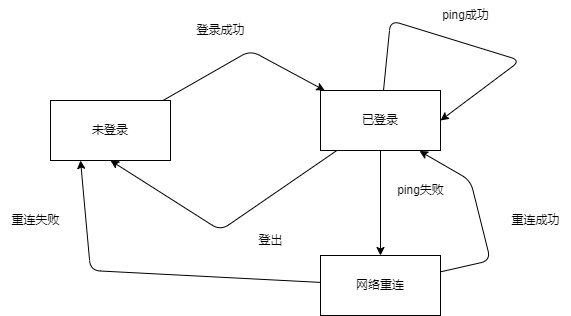
The draw.io diagram rfcs/images/client.png in zuiyu1998/next-im-backend, before a commit. Source tidied: cells renumbered, new cells last; positions are measured from the earlier drawing's top-left corner, leaving out a move shared by most shapes.
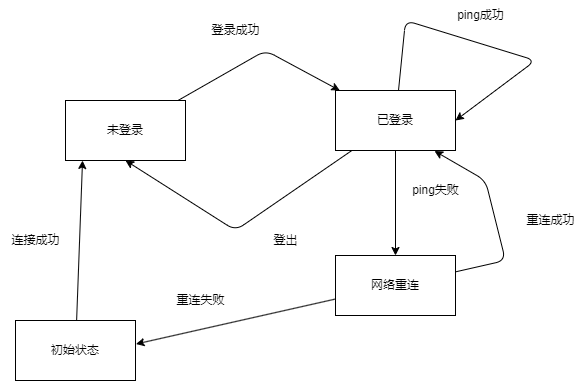
Above is the later version.

Commit message:
rfcs: 客户端状态图更改

Change to the diagram source:
```diff
@@ -50,13 +50,9 @@
         </Array>
       </mxGeometry>
     </mxCell>
-    <mxCell id="12" style="edgeStyle=none;html=1;entryX=0.25;entryY=1;entryDx=0;entryDy=0;" parent="1" edge="1" source="13" target="3">
-      <mxGeometry relative="1" as="geometry">
-        <Array as="points">
-          <mxPoint x="90" y="270" />
-        </Array>
-      </mxGeometry>
-    </mxCell>
+    <mxCell id="17" style="edgeStyle=none;html=1;entryX=1.004;entryY=0.392;entryDx=0;entryDy=0;entryPerimeter=0;" parent="1" edge="1" source="13" target="19">
+      <mxGeometry relative="1" as="geometry" />
+    </mxCell>
     <mxCell id="13" value="网络重连" style="rounded=0;whiteSpace=wrap;html=1;" parent="1" vertex="1">
       <mxGeometry x="320" y="255" width="120" height="60" as="geometry" />
     </mxCell>
@@ -67,7 +63,16 @@
       <mxGeometry x="500" y="205" width="70" height="30" as="geometry" />
     </mxCell>
     <mxCell id="16" value="重连失败" style="text;html=1;align=center;verticalAlign=middle;strokeColor=none;fillColor=none;" parent="1" vertex="1">
-      <mxGeometry y="205" width="70" height="30" as="geometry" />
+      <mxGeometry x="150" y="285" width="70" height="30" as="geometry" />
     </mxCell>
+    <mxCell id="18" style="edgeStyle=none;html=1;entryX=0.142;entryY=1;entryDx=0;entryDy=0;entryPerimeter=0;" parent="1" edge="1" source="19" target="3">
+      <mxGeometry relative="1" as="geometry" />
+    </mxCell>
+    <mxCell id="19" value="初始状态" style="rounded=0;whiteSpace=wrap;html=1;" parent="1" vertex="1">
+      <mxGeometry y="320" width="120" height="60" as="geometry" />
+    </mxCell>
+    <mxCell id="20" value="连接成功" style="text;html=1;align=center;verticalAlign=middle;strokeColor=none;fillColor=none;" parent="1" vertex="1">
+      <mxGeometry x="-15" y="225" width="70" height="30" as="geometry" />
+    </mxCell>
   </root>
 </mxGraphModel>
```
